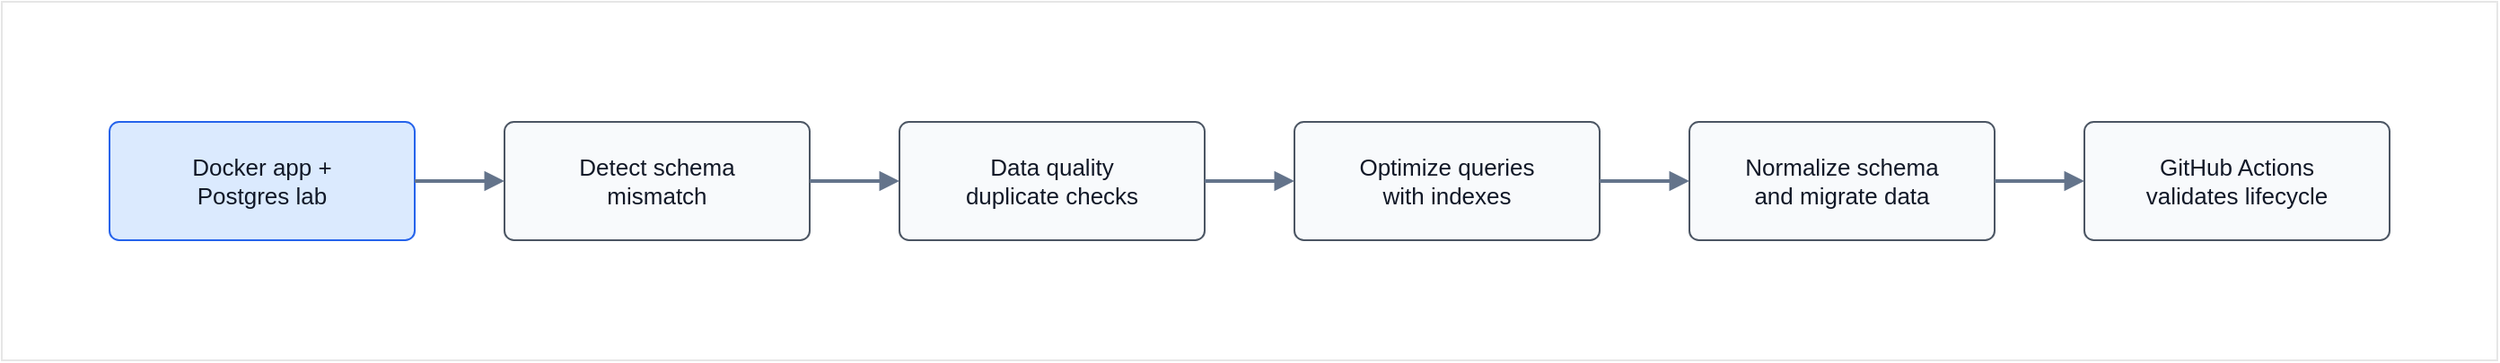
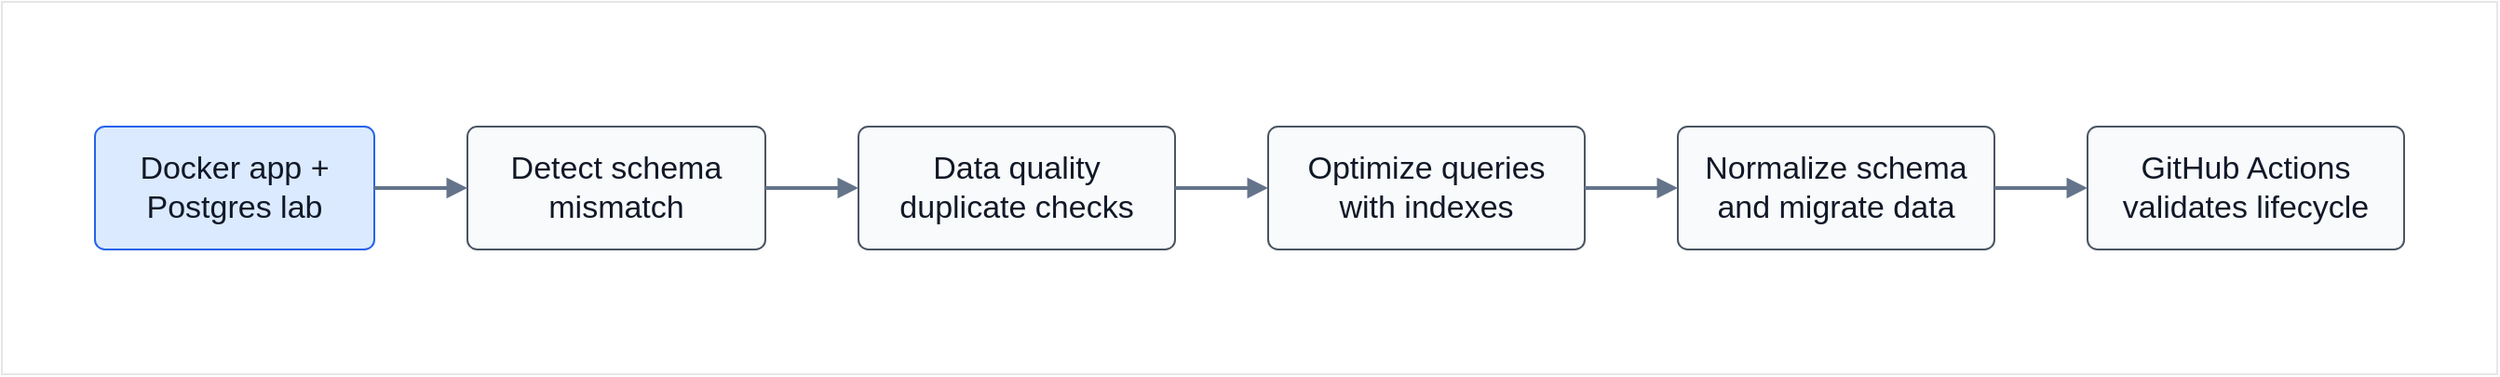
<mxfile host="Electron" agent="Mozilla/5.0 (Windows NT 10.0; Win64; x64) AppleWebKit/537.36 (KHTML, like Gecko) draw.io/29.5.2 Chrome/142.0.7444.265 Electron/39.6.1 Safari/537.36" version="29.5.2">
  <diagram id="ai-assisted-db-lifecycle-pipeline" name="AI-Assisted DB Lifecycle Pipeline">
-     <mxGraphModel dx="2660" dy="901" grid="1" gridSize="10" guides="1" tooltips="1" connect="1" arrows="1" fold="1" page="1" pageScale="1" pageWidth="1120" pageHeight="520" math="0" shadow="0">
+     <mxGraphModel dx="1540" dy="901" grid="1" gridSize="10" guides="1" tooltips="1" connect="1" arrows="1" fold="1" page="1" pageScale="1" pageWidth="1120" pageHeight="520" math="0" shadow="0">
      <root>
        <mxCell id="0" />
        <mxCell id="1" parent="0" />
        <mxCell id="Tf1jEUT8SYeJZCq9en2f-1" parent="1" style="rounded=0;whiteSpace=wrap;html=1;strokeColor=#E6E6E6;" value="" vertex="1">
-           <mxGeometry height="200" width="1390" x="-20" y="113" as="geometry" />
+           <mxGeometry height="200" width="1340" x="20" y="113" as="geometry" />
        </mxCell>
-         <mxCell id="id2" parent="1" style="rounded=1;whiteSpace=wrap;html=1;arcSize=8;strokeColor=#2563eb;fillColor=#dbeafe;fontColor=#111827;fontSize=13;spacing=10;" value="Docker app +&lt;br&gt;Postgres lab" vertex="1">
-           <mxGeometry height="66" width="170" x="40" y="180" as="geometry" />
+         <mxCell id="id2" parent="1" style="rounded=1;whiteSpace=wrap;html=1;arcSize=8;strokeColor=#2563eb;fillColor=#dbeafe;fontColor=#111827;fontSize=17;spacing=10;" value="Docker app +&lt;br&gt;Postgres lab" vertex="1">
+           <mxGeometry height="66" width="150" x="70" y="180" as="geometry" />
        </mxCell>
-         <mxCell id="id3" parent="1" style="rounded=1;whiteSpace=wrap;html=1;arcSize=8;strokeColor=#4b5563;fillColor=#f8fafc;fontColor=#111827;fontSize=13;spacing=10;" value="Detect schema&lt;br&gt;mismatch" vertex="1">
-           <mxGeometry height="66" width="170" x="260" y="180" as="geometry" />
+         <mxCell id="id3" parent="1" style="rounded=1;whiteSpace=wrap;html=1;arcSize=8;strokeColor=#4b5563;fillColor=#f8fafc;fontColor=#111827;fontSize=17;spacing=10;" value="Detect schema&lt;br&gt;mismatch" vertex="1">
+           <mxGeometry height="66" width="160" x="270" y="180" as="geometry" />
        </mxCell>
-         <mxCell id="id4" parent="1" style="rounded=1;whiteSpace=wrap;html=1;arcSize=8;strokeColor=#4b5563;fillColor=#f8fafc;fontColor=#111827;fontSize=13;spacing=10;" value="Data quality&lt;br&gt;duplicate checks" vertex="1">
+         <mxCell id="id4" parent="1" style="rounded=1;whiteSpace=wrap;html=1;arcSize=8;strokeColor=#4b5563;fillColor=#f8fafc;fontColor=#111827;fontSize=17;spacing=10;" value="Data quality&lt;br&gt;duplicate checks" vertex="1">
          <mxGeometry height="66" width="170" x="480" y="180" as="geometry" />
        </mxCell>
-         <mxCell id="id5" parent="1" style="rounded=1;whiteSpace=wrap;html=1;arcSize=8;strokeColor=#4b5563;fillColor=#f8fafc;fontColor=#111827;fontSize=13;spacing=10;" value="Optimize queries&lt;br&gt;with indexes" vertex="1">
+         <mxCell id="id5" parent="1" style="rounded=1;whiteSpace=wrap;html=1;arcSize=8;strokeColor=#4b5563;fillColor=#f8fafc;fontColor=#111827;fontSize=17;spacing=10;" value="Optimize queries&lt;br&gt;with indexes" vertex="1">
          <mxGeometry height="66" width="170" x="700" y="180" as="geometry" />
        </mxCell>
-         <mxCell id="id6" parent="1" style="rounded=1;whiteSpace=wrap;html=1;arcSize=8;strokeColor=#4b5563;fillColor=#f8fafc;fontColor=#111827;fontSize=13;spacing=10;" value="Normalize schema&lt;br&gt;and migrate data" vertex="1">
+         <mxCell id="id6" parent="1" style="rounded=1;whiteSpace=wrap;html=1;arcSize=8;strokeColor=#4b5563;fillColor=#f8fafc;fontColor=#111827;fontSize=17;spacing=10;" value="Normalize schema&lt;br&gt;and migrate data" vertex="1">
          <mxGeometry height="66" width="170" x="920" y="180" as="geometry" />
        </mxCell>
-         <mxCell id="id7" parent="1" style="rounded=1;whiteSpace=wrap;html=1;arcSize=8;strokeColor=#4b5563;fillColor=#f8fafc;fontColor=#111827;fontSize=13;spacing=10;" value="GitHub Actions&lt;br&gt;validates lifecycle" vertex="1">
+         <mxCell id="id7" parent="1" style="rounded=1;whiteSpace=wrap;html=1;arcSize=8;strokeColor=#4b5563;fillColor=#f8fafc;fontColor=#111827;fontSize=17;spacing=10;" value="GitHub Actions&lt;br&gt;validates lifecycle" vertex="1">
          <mxGeometry height="66" width="170" x="1140" y="180" as="geometry" />
        </mxCell>
        <mxCell id="id8" edge="1" parent="1" source="id2" style="endArrow=block;html=1;rounded=0;strokeWidth=2;strokeColor=#64748b;fontColor=#475569;fontSize=11;" target="id3" value="">
          <mxGeometry relative="1" as="geometry" />
        </mxCell>
        <mxCell id="id9" edge="1" parent="1" source="id3" style="endArrow=block;html=1;rounded=0;strokeWidth=2;strokeColor=#64748b;fontColor=#475569;fontSize=11;" target="id4" value="">
          <mxGeometry relative="1" as="geometry" />
        </mxCell>
        <mxCell id="id10" edge="1" parent="1" source="id4" style="endArrow=block;html=1;rounded=0;strokeWidth=2;strokeColor=#64748b;fontColor=#475569;fontSize=11;" target="id5" value="">
          <mxGeometry relative="1" as="geometry" />
        </mxCell>
        <mxCell id="id11" edge="1" parent="1" source="id5" style="endArrow=block;html=1;rounded=0;strokeWidth=2;strokeColor=#64748b;fontColor=#475569;fontSize=11;" target="id6" value="">
          <mxGeometry relative="1" as="geometry" />
        </mxCell>
        <mxCell id="id12" edge="1" parent="1" source="id6" style="endArrow=block;html=1;rounded=0;strokeWidth=2;strokeColor=#64748b;fontColor=#475569;fontSize=11;" target="id7" value="">
          <mxGeometry relative="1" as="geometry" />
        </mxCell>
      </root>
    </mxGraphModel>
  </diagram>
</mxfile>
